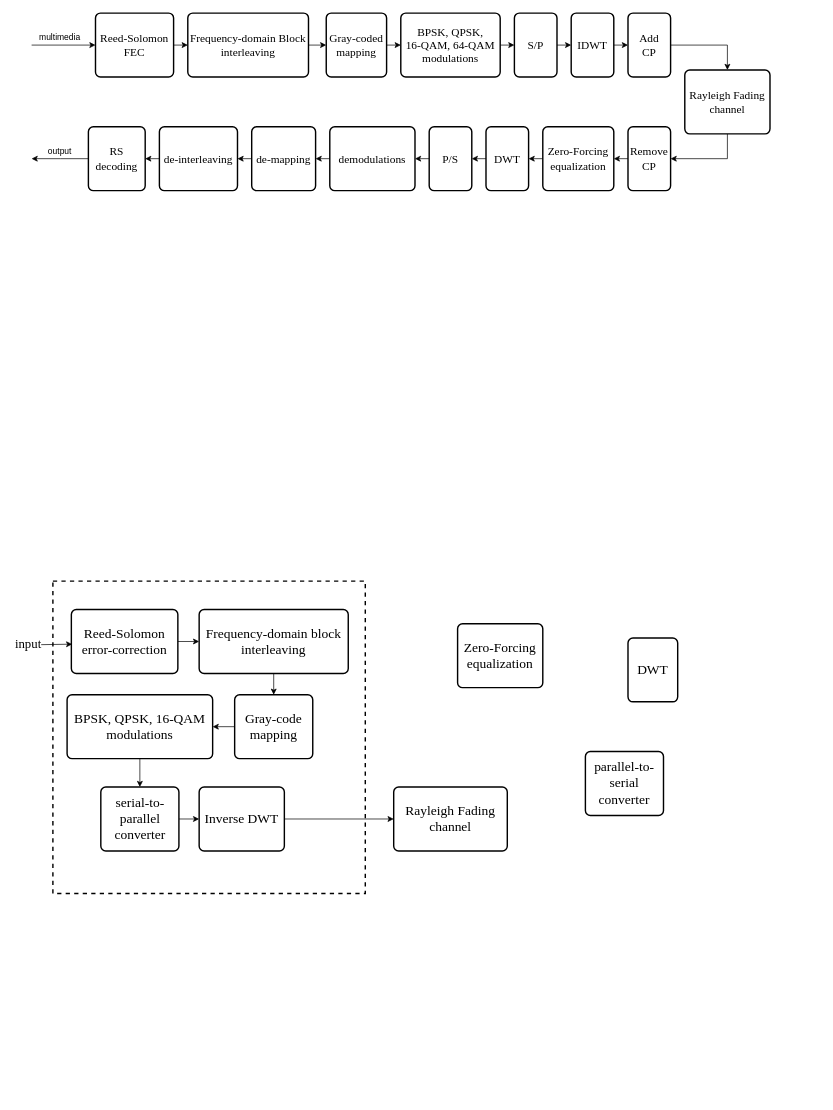
Above: page "entire" (6 of 6) of mod.drawio in troders34/research (draw.io), before the change. Source tidied: cells renumbered, new cells numbered last; positions are measured from the earlier drawing's top-left corner, leaving out a move shared by most shapes. Both pictures are drawn from the tidied source at 71%, with x=0, y=0 at pixel (17, 13).
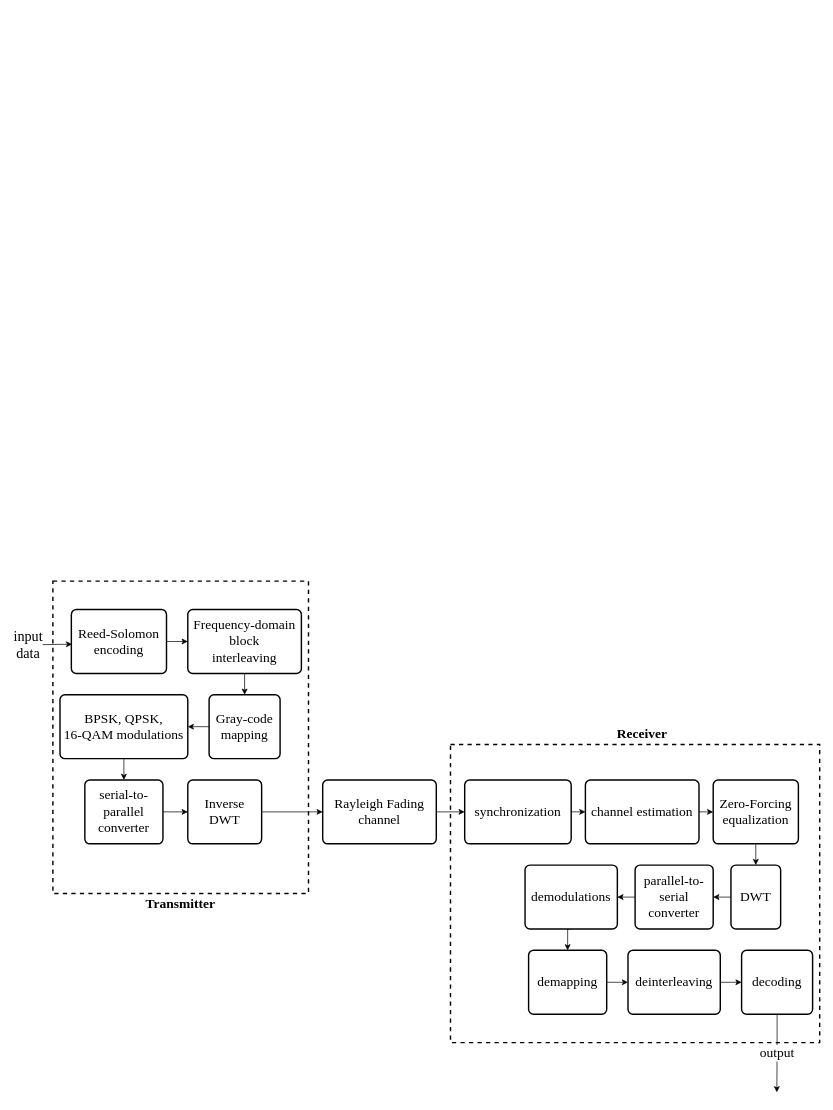
The same diagram, later.

Diff of the diagram source:
```diff
@@
-    <mxCell id="2" style="rounded=0;whiteSpace=wrap;html=1;fillColor=none;strokeWidth=2;dashed=1;" parent="1" vertex="1">
-      <mxGeometry x="50" y="800" width="440" height="440" as="geometry" />
-    </mxCell>
-    <mxCell id="3" style="edgeStyle=orthogonalEdgeStyle;rounded=0;jettySize=auto;html=1;exitX=1;exitY=0.5;exitDx=0;exitDy=0;entryX=0;entryY=0.5;entryDx=0;entryDy=0;" parent="1" edge="1" source="4" target="6">
-      <mxGeometry relative="1" as="geometry" />
-    </mxCell>
-    <mxCell id="4" value="&lt;div&gt;Reed-Solomon&lt;/div&gt;&lt;div&gt;FEC&lt;/div&gt;" style="rounded=1;whiteSpace=wrap;html=1;absoluteArcSize=1;arcSize=14;strokeWidth=2;fontFamily=Times New Roman;fontSize=16;" parent="1" vertex="1">
-      <mxGeometry x="110" width="110" height="90" as="geometry" />
-    </mxCell>
-    <mxCell id="5" style="edgeStyle=orthogonalEdgeStyle;rounded=0;jettySize=auto;html=1;exitX=1;exitY=0.5;exitDx=0;exitDy=0;entryX=0;entryY=0.5;entryDx=0;entryDy=0;" parent="1" edge="1" source="6" target="8">
-      <mxGeometry relative="1" as="geometry" />
-    </mxCell>
-    <mxCell id="6" value="&lt;div&gt;Frequency-domain Block&lt;/div&gt;interleaving" style="rounded=1;whiteSpace=wrap;html=1;absoluteArcSize=1;arcSize=14;strokeWidth=2;fontFamily=Times New Roman;fontSize=16;" parent="1" vertex="1">
-      <mxGeometry x="240" width="170" height="90" as="geometry" />
-    </mxCell>
-    <mxCell id="7" style="edgeStyle=orthogonalEdgeStyle;rounded=0;jettySize=auto;html=1;exitX=1;exitY=0.5;exitDx=0;exitDy=0;entryX=0;entryY=0.5;entryDx=0;entryDy=0;" parent="1" edge="1" source="8" target="10">
-      <mxGeometry relative="1" as="geometry" />
-    </mxCell>
-    <mxCell id="8" value="Gray-coded&lt;div&gt;mapping&lt;/div&gt;" style="rounded=1;whiteSpace=wrap;html=1;absoluteArcSize=1;arcSize=14;strokeWidth=2;fontFamily=Times New Roman;fontSize=16;" parent="1" vertex="1">
-      <mxGeometry x="435" width="85" height="90" as="geometry" />
-    </mxCell>
-    <mxCell id="9" style="edgeStyle=orthogonalEdgeStyle;rounded=0;jettySize=auto;html=1;exitX=1;exitY=0.5;exitDx=0;exitDy=0;entryX=0;entryY=0.5;entryDx=0;entryDy=0;" parent="1" edge="1" source="10" target="14">
-      <mxGeometry relative="1" as="geometry" />
-    </mxCell>
-    <mxCell id="10" value="&lt;div&gt;BPSK, QPSK,&lt;/div&gt;&lt;div&gt;16-QAM, 64-QAM&lt;/div&gt;modulations" style="rounded=1;whiteSpace=wrap;html=1;absoluteArcSize=1;arcSize=14;strokeWidth=2;fontFamily=Times New Roman;fontSize=16;" parent="1" vertex="1">
-      <mxGeometry x="540" width="140" height="90" as="geometry" />
-    </mxCell>
-    <mxCell id="11" style="edgeStyle=orthogonalEdgeStyle;rounded=0;jettySize=auto;html=1;exitX=0.5;exitY=1;exitDx=0;exitDy=0;entryX=1;entryY=0.5;entryDx=0;entryDy=0;" parent="1" edge="1" source="12" target="20">
-      <mxGeometry relative="1" as="geometry" />
-    </mxCell>
-    <mxCell id="12" value="&lt;div&gt;Rayleigh Fading&lt;/div&gt;channel" style="rounded=1;whiteSpace=wrap;html=1;absoluteArcSize=1;arcSize=14;strokeWidth=2;fontFamily=Times New Roman;fontSize=16;" parent="1" vertex="1">
-      <mxGeometry x="940" y="80" width="120" height="90" as="geometry" />
-    </mxCell>
-    <mxCell id="13" style="edgeStyle=orthogonalEdgeStyle;rounded=0;jettySize=auto;html=1;exitX=1;exitY=0.5;exitDx=0;exitDy=0;entryX=0;entryY=0.5;entryDx=0;entryDy=0;" parent="1" edge="1" source="14" target="16">
-      <mxGeometry relative="1" as="geometry" />
-    </mxCell>
-    <mxCell id="14" value="S/P" style="rounded=1;whiteSpace=wrap;html=1;absoluteArcSize=1;arcSize=14;strokeWidth=2;fontFamily=Times New Roman;fontSize=16;" parent="1" vertex="1">
-      <mxGeometry x="700" width="60" height="90" as="geometry" />
-    </mxCell>
-    <mxCell id="15" style="edgeStyle=orthogonalEdgeStyle;rounded=0;jettySize=auto;html=1;exitX=1;exitY=0.5;exitDx=0;exitDy=0;entryX=0;entryY=0.5;entryDx=0;entryDy=0;" parent="1" edge="1" source="16" target="18">
-      <mxGeometry relative="1" as="geometry" />
-    </mxCell>
-    <mxCell id="16" value="IDWT" style="rounded=1;whiteSpace=wrap;html=1;absoluteArcSize=1;arcSize=14;strokeWidth=2;fontFamily=Times New Roman;fontSize=16;" parent="1" vertex="1">
-      <mxGeometry x="780" width="60" height="90" as="geometry" />
-    </mxCell>
-    <mxCell id="17" style="edgeStyle=orthogonalEdgeStyle;rounded=0;jettySize=auto;html=1;exitX=1;exitY=0.5;exitDx=0;exitDy=0;entryX=0.5;entryY=0;entryDx=0;entryDy=0;" parent="1" edge="1" source="18" target="12">
-      <mxGeometry relative="1" as="geometry" />
-    </mxCell>
-    <mxCell id="18" value="Add&lt;div&gt;CP&lt;/div&gt;" style="rounded=1;whiteSpace=wrap;html=1;absoluteArcSize=1;arcSize=14;strokeWidth=2;fontFamily=Times New Roman;fontSize=16;" parent="1" vertex="1">
-      <mxGeometry x="860" width="60" height="90" as="geometry" />
-    </mxCell>
-    <mxCell id="19" style="edgeStyle=orthogonalEdgeStyle;rounded=0;jettySize=auto;html=1;exitX=0;exitY=0.5;exitDx=0;exitDy=0;entryX=1;entryY=0.5;entryDx=0;entryDy=0;" parent="1" edge="1" source="20" target="34">
-      <mxGeometry relative="1" as="geometry" />
-    </mxCell>
-    <mxCell id="20" value="Remove&lt;div&gt;CP&lt;/div&gt;" style="rounded=1;whiteSpace=wrap;html=1;absoluteArcSize=1;arcSize=14;strokeWidth=2;fontFamily=Times New Roman;fontSize=16;" parent="1" vertex="1">
-      <mxGeometry x="860" y="160" width="60" height="90" as="geometry" />
-    </mxCell>
-    <mxCell id="21" style="edgeStyle=orthogonalEdgeStyle;rounded=0;jettySize=auto;html=1;exitX=0;exitY=0.5;exitDx=0;exitDy=0;entryX=1;entryY=0.5;entryDx=0;entryDy=0;" parent="1" edge="1" source="22" target="24">
-      <mxGeometry relative="1" as="geometry" />
-    </mxCell>
-    <mxCell id="22" value="DWT" style="rounded=1;whiteSpace=wrap;html=1;absoluteArcSize=1;arcSize=14;strokeWidth=2;fontFamily=Times New Roman;fontSize=16;" parent="1" vertex="1">
-      <mxGeometry x="660" y="160" width="60" height="90" as="geometry" />
-    </mxCell>
-    <mxCell id="23" style="edgeStyle=orthogonalEdgeStyle;rounded=0;jettySize=auto;html=1;exitX=0;exitY=0.5;exitDx=0;exitDy=0;entryX=1;entryY=0.5;entryDx=0;entryDy=0;" parent="1" edge="1" source="24" target="26">
-      <mxGeometry relative="1" as="geometry" />
-    </mxCell>
-    <mxCell id="24" value="P/S" style="rounded=1;whiteSpace=wrap;html=1;absoluteArcSize=1;arcSize=14;strokeWidth=2;fontFamily=Times New Roman;fontSize=16;" parent="1" vertex="1">
-      <mxGeometry x="580" y="160" width="60" height="90" as="geometry" />
-    </mxCell>
-    <mxCell id="25" style="edgeStyle=orthogonalEdgeStyle;rounded=0;jettySize=auto;html=1;exitX=0;exitY=0.5;exitDx=0;exitDy=0;entryX=1;entryY=0.5;entryDx=0;entryDy=0;" parent="1" edge="1" source="26" target="28">
-      <mxGeometry relative="1" as="geometry" />
-    </mxCell>
-    <mxCell id="26" value="demodulations" style="rounded=1;whiteSpace=wrap;html=1;absoluteArcSize=1;arcSize=14;strokeWidth=2;fontFamily=Times New Roman;fontSize=16;" parent="1" vertex="1">
-      <mxGeometry x="440" y="160" width="120" height="90" as="geometry" />
-    </mxCell>
-    <mxCell id="27" style="edgeStyle=orthogonalEdgeStyle;rounded=0;jettySize=auto;html=1;exitX=0;exitY=0.5;exitDx=0;exitDy=0;entryX=1;entryY=0.5;entryDx=0;entryDy=0;" parent="1" edge="1" source="28" target="30">
-      <mxGeometry relative="1" as="geometry" />
-    </mxCell>
-    <mxCell id="28" value="de-mapping" style="rounded=1;whiteSpace=wrap;html=1;absoluteArcSize=1;arcSize=14;strokeWidth=2;fontFamily=Times New Roman;fontSize=16;" parent="1" vertex="1">
-      <mxGeometry x="330" y="160" width="90" height="90" as="geometry" />
-    </mxCell>
-    <mxCell id="29" style="edgeStyle=orthogonalEdgeStyle;rounded=0;jettySize=auto;html=1;exitX=0;exitY=0.5;exitDx=0;exitDy=0;entryX=1;entryY=0.5;entryDx=0;entryDy=0;" parent="1" edge="1" source="30" target="32">
-      <mxGeometry relative="1" as="geometry" />
-    </mxCell>
-    <mxCell id="30" value="de-interleaving" style="rounded=1;whiteSpace=wrap;html=1;absoluteArcSize=1;arcSize=14;strokeWidth=2;fontFamily=Times New Roman;fontSize=16;" parent="1" vertex="1">
-      <mxGeometry x="200" y="160" width="110" height="90" as="geometry" />
-    </mxCell>
-    <mxCell id="31" style="edgeStyle=orthogonalEdgeStyle;rounded=0;jettySize=auto;html=1;exitX=0;exitY=0.5;exitDx=0;exitDy=0;" parent="1" edge="1" source="32">
-      <mxGeometry relative="1" as="geometry">
-        <mxPoint x="20" y="205" as="targetPoint" />
-      </mxGeometry>
-    </mxCell>
-    <mxCell id="32" value="&lt;div&gt;RS&lt;/div&gt;decoding" style="rounded=1;whiteSpace=wrap;html=1;absoluteArcSize=1;arcSize=14;strokeWidth=2;fontFamily=Times New Roman;fontSize=16;" parent="1" vertex="1">
-      <mxGeometry x="100" y="160" width="80" height="90" as="geometry" />
-    </mxCell>
-    <mxCell id="33" style="edgeStyle=orthogonalEdgeStyle;rounded=0;jettySize=auto;html=1;exitX=0;exitY=0.5;exitDx=0;exitDy=0;entryX=1;entryY=0.5;entryDx=0;entryDy=0;" parent="1" edge="1" source="34" target="22">
-      <mxGeometry relative="1" as="geometry" />
-    </mxCell>
-    <mxCell id="34" value="Zero-Forcing&lt;div&gt;equalization&lt;/div&gt;" style="rounded=1;whiteSpace=wrap;html=1;absoluteArcSize=1;arcSize=14;strokeWidth=2;fontFamily=Times New Roman;fontSize=16;" parent="1" vertex="1">
-      <mxGeometry x="740" y="160" width="100" height="90" as="geometry" />
-    </mxCell>
-    <mxCell id="35" style="endArrow=classic;html=1;rounded=0;entryX=0;entryY=0.5;entryDx=0;entryDy=0;" parent="1" edge="1" target="4">
-      <mxGeometry relative="1" as="geometry">
-        <mxPoint x="20" y="45" as="sourcePoint" />
-      </mxGeometry>
-    </mxCell>
-    <mxCell id="36" value="multimedia" style="text;html=1;align=center;verticalAlign=middle;whiteSpace=wrap;rounded=0;" parent="1" vertex="1">
-      <mxGeometry x="30" y="20" width="60" height="30" as="geometry" />
-    </mxCell>
-    <mxCell id="37" value="output" style="text;html=1;align=center;verticalAlign=middle;whiteSpace=wrap;rounded=0;" parent="1" vertex="1">
-      <mxGeometry x="30" y="180" width="60" height="30" as="geometry" />
-    </mxCell>
-    <mxCell id="38" style="edgeStyle=orthogonalEdgeStyle;rounded=0;jettySize=auto;html=1;exitX=1;exitY=0.5;exitDx=0;exitDy=0;entryX=0;entryY=0.5;entryDx=0;entryDy=0;" parent="1" edge="1" source="39" target="41">
-      <mxGeometry relative="1" as="geometry" />
-    </mxCell>
-    <mxCell id="39" value="&lt;div&gt;Reed-Solomon&lt;/div&gt;&lt;div&gt;error-correction&lt;/div&gt;" style="rounded=1;whiteSpace=wrap;html=1;absoluteArcSize=1;arcSize=14;strokeWidth=2;fontFamily=Times New Roman;fontSize=19;" parent="1" vertex="1">
-      <mxGeometry x="76" y="840" width="150" height="90" as="geometry" />
-    </mxCell>
+    <mxCell id="56" style="rounded=0;whiteSpace=wrap;html=1;fillColor=none;strokeWidth=2;dashed=1;" parent="1" vertex="1">
+      <mxGeometry x="610" y="1030" width="520" height="420" as="geometry" />
+    </mxCell>
+    <mxCell id="57" style="rounded=0;whiteSpace=wrap;html=1;fillColor=none;strokeWidth=2;dashed=1;" parent="1" vertex="1">
+      <mxGeometry x="50" y="800" width="360" height="440" as="geometry" />
+    </mxCell>
+    <mxCell id="58" style="edgeStyle=orthogonalEdgeStyle;rounded=0;jettySize=auto;html=1;exitX=1;exitY=0.5;exitDx=0;exitDy=0;entryX=0;entryY=0.5;entryDx=0;entryDy=0;" parent="1" edge="1" source="59" target="41">
+      <mxGeometry relative="1" as="geometry" />
+    </mxCell>
+    <mxCell id="59" value="&lt;div&gt;Reed-Solomon&lt;/div&gt;&lt;div&gt;encoding&lt;/div&gt;" style="rounded=1;whiteSpace=wrap;html=1;absoluteArcSize=1;arcSize=14;strokeWidth=2;fontFamily=Times New Roman;fontSize=19;" parent="1" vertex="1">
+      <mxGeometry x="76" y="840" width="134" height="90" as="geometry" />
+    </mxCell>
@@
-    <mxCell id="41" value="&lt;div&gt;Frequency-domain block&lt;/div&gt;&lt;div&gt;interleaving&lt;/div&gt;" style="rounded=1;whiteSpace=wrap;html=1;absoluteArcSize=1;arcSize=14;strokeWidth=2;fontFamily=Times New Roman;fontSize=19;" parent="1" vertex="1">
-      <mxGeometry x="256" y="840" width="210" height="90" as="geometry" />
+    <mxCell id="41" value="&lt;div&gt;Frequency-domain&lt;/div&gt;&lt;div&gt;block&lt;/div&gt;&lt;div&gt;interleaving&lt;/div&gt;" style="rounded=1;whiteSpace=wrap;html=1;absoluteArcSize=1;arcSize=14;strokeWidth=2;fontFamily=Times New Roman;fontSize=19;" parent="1" vertex="1">
+      <mxGeometry x="240" y="840" width="160" height="90" as="geometry" />
     </mxCell>
@@
     <mxCell id="43" value="&lt;div&gt;Gray-code&lt;/div&gt;&lt;div&gt;mapping&lt;/div&gt;" style="rounded=1;whiteSpace=wrap;html=1;absoluteArcSize=1;arcSize=14;strokeWidth=2;fontFamily=Times New Roman;fontSize=19;" parent="1" vertex="1">
-      <mxGeometry x="306" y="960" width="110" height="90" as="geometry" />
+      <mxGeometry x="270" y="960" width="100" height="90" as="geometry" />
     </mxCell>
@@
-    <mxCell id="45" value="&lt;div&gt;BPSK, QPSK, 16-QAM&lt;/div&gt;&lt;div&gt;modulations&lt;/div&gt;" style="rounded=1;whiteSpace=wrap;html=1;absoluteArcSize=1;arcSize=14;strokeWidth=2;fontFamily=Times New Roman;fontSize=19;" parent="1" vertex="1">
-      <mxGeometry x="70" y="960" width="205" height="90" as="geometry" />
+    <mxCell id="45" value="&lt;div&gt;BPSK, QPSK,&lt;/div&gt;&lt;div&gt;16-QAM&amp;nbsp;&lt;span style=&quot;background-color: transparent; color: light-dark(rgb(0, 0, 0), rgb(255, 255, 255));&quot;&gt;modulations&lt;/span&gt;&lt;/div&gt;" style="rounded=1;whiteSpace=wrap;html=1;absoluteArcSize=1;arcSize=14;strokeWidth=2;fontFamily=Times New Roman;fontSize=19;" parent="1" vertex="1">
+      <mxGeometry x="60" y="960" width="180" height="90" as="geometry" />
     </mxCell>
@@
     <mxCell id="47" value="&lt;div&gt;serial-to-parallel converter&lt;/div&gt;" style="rounded=1;whiteSpace=wrap;html=1;absoluteArcSize=1;arcSize=14;strokeWidth=2;fontFamily=Times New Roman;fontSize=19;" parent="1" vertex="1">
-      <mxGeometry x="117.5" y="1090" width="110" height="90" as="geometry" />
+      <mxGeometry x="95" y="1080" width="110" height="90" as="geometry" />
     </mxCell>
@@
-    <mxCell id="49" value="&lt;div&gt;Inverse DWT&lt;/div&gt;" style="rounded=1;whiteSpace=wrap;html=1;absoluteArcSize=1;arcSize=14;strokeWidth=2;fontFamily=Times New Roman;fontSize=19;" parent="1" vertex="1">
-      <mxGeometry x="256" y="1090" width="120" height="90" as="geometry" />
+    <mxCell id="49" value="&lt;div&gt;Inverse&lt;/div&gt;&lt;div&gt;DWT&lt;/div&gt;" style="rounded=1;whiteSpace=wrap;html=1;absoluteArcSize=1;arcSize=14;strokeWidth=2;fontFamily=Times New Roman;fontSize=19;" parent="1" vertex="1">
+      <mxGeometry x="240" y="1080" width="104" height="90" as="geometry" />
     </mxCell>
-    <mxCell id="50" style="endArrow=classic;html=1;rounded=0;entryX=0.008;entryY=0.542;entryDx=0;entryDy=0;entryPerimeter=0;" parent="1" edge="1" target="39">
-      <mxGeometry relative="1" as="geometry">
-        <mxPoint y="890" as="sourcePoint" />
-      </mxGeometry>
-    </mxCell>
-    <mxCell id="51" value="&lt;font style=&quot;font-size: 18px;&quot; face=&quot;Times New Roman&quot;&gt;input&lt;/font&gt;" style="edgeLabel;html=1;align=center;verticalAlign=middle;" parent="50" vertex="1">
-      <mxGeometry x="-0.64" y="-2" relative="1" as="geometry">
-        <mxPoint y="-3" as="offset" />
-      </mxGeometry>
-    </mxCell>
+    <mxCell id="60" style="endArrow=classic;html=1;rounded=0;entryX=0.008;entryY=0.542;entryDx=0;entryDy=0;entryPerimeter=0;fontFamily=Times New Roman;fontSize=15;" parent="1" edge="1" target="59">
+      <mxGeometry relative="1" as="geometry">
+        <mxPoint y="890" as="sourcePoint" />
+      </mxGeometry>
+    </mxCell>
+    <mxCell id="61" value="input&lt;div&gt;data&lt;/div&gt;" style="edgeLabel;html=1;align=center;verticalAlign=middle;fontFamily=Times New Roman;fontSize=20;" parent="60" vertex="1">
+      <mxGeometry x="-0.64" y="-2" relative="1" as="geometry">
+        <mxPoint y="-3" as="offset" />
+      </mxGeometry>
+    </mxCell>
+    <mxCell id="62" style="edgeStyle=orthogonalEdgeStyle;rounded=0;jettySize=auto;html=1;exitX=1;exitY=0.5;exitDx=0;exitDy=0;entryX=0;entryY=0.5;entryDx=0;entryDy=0;" parent="1" edge="1" source="52" target="75">
+      <mxGeometry relative="1" as="geometry" />
+    </mxCell>
     <mxCell id="52" value="&lt;div&gt;Rayleigh Fading&lt;/div&gt;&lt;div&gt;channel&lt;/div&gt;" style="rounded=1;whiteSpace=wrap;html=1;absoluteArcSize=1;arcSize=14;strokeWidth=2;fontFamily=Times New Roman;fontSize=19;" parent="1" vertex="1">
-      <mxGeometry x="530" y="1090" width="160" height="90" as="geometry" />
+      <mxGeometry x="430" y="1080" width="160" height="90" as="geometry" />
     </mxCell>
+    <mxCell id="63" style="edgeStyle=orthogonalEdgeStyle;rounded=0;jettySize=auto;html=1;exitX=0;exitY=0.5;exitDx=0;exitDy=0;entryX=1;entryY=0.5;entryDx=0;entryDy=0;" parent="1" edge="1" source="53" target="55">
+      <mxGeometry relative="1" as="geometry" />
+    </mxCell>
     <mxCell id="53" value="&lt;div&gt;DWT&lt;/div&gt;" style="rounded=1;whiteSpace=wrap;html=1;absoluteArcSize=1;arcSize=14;strokeWidth=2;fontFamily=Times New Roman;fontSize=19;" parent="1" vertex="1">
-      <mxGeometry x="860" y="880" width="70" height="90" as="geometry" />
+      <mxGeometry x="1005" y="1200" width="70" height="90" as="geometry" />
     </mxCell>
+    <mxCell id="64" style="edgeStyle=orthogonalEdgeStyle;rounded=0;jettySize=auto;html=1;exitX=0.5;exitY=1;exitDx=0;exitDy=0;entryX=0.5;entryY=0;entryDx=0;entryDy=0;" parent="1" edge="1" source="54" target="53">
+      <mxGeometry relative="1" as="geometry" />
+    </mxCell>
     <mxCell id="54" value="&lt;div&gt;Zero-Forcing&lt;/div&gt;&lt;div&gt;equalization&lt;/div&gt;" style="rounded=1;whiteSpace=wrap;html=1;absoluteArcSize=1;arcSize=14;strokeWidth=2;fontFamily=Times New Roman;fontSize=19;" parent="1" vertex="1">
-      <mxGeometry x="620" y="860" width="120" height="90" as="geometry" />
+      <mxGeometry x="980" y="1080" width="120" height="90" as="geometry" />
     </mxCell>
+    <mxCell id="65" style="edgeStyle=orthogonalEdgeStyle;rounded=0;jettySize=auto;html=1;exitX=0;exitY=0.5;exitDx=0;exitDy=0;entryX=1;entryY=0.5;entryDx=0;entryDy=0;" parent="1" edge="1" source="55" target="26">
+      <mxGeometry relative="1" as="geometry" />
+    </mxCell>
     <mxCell id="55" value="&lt;div&gt;parallel-to-serial converter&lt;/div&gt;" style="rounded=1;whiteSpace=wrap;html=1;absoluteArcSize=1;arcSize=14;strokeWidth=2;fontFamily=Times New Roman;fontSize=19;" parent="1" vertex="1">
-      <mxGeometry x="800" y="1040" width="110" height="90" as="geometry" />
+      <mxGeometry x="870" y="1200" width="110" height="90" as="geometry" />
     </mxCell>
+    <mxCell id="66" style="edgeStyle=orthogonalEdgeStyle;rounded=0;jettySize=auto;html=1;exitX=0.5;exitY=1;exitDx=0;exitDy=0;entryX=0.5;entryY=0;entryDx=0;entryDy=0;" parent="1" edge="1" source="26" target="68">
+      <mxGeometry relative="1" as="geometry" />
+    </mxCell>
+    <mxCell id="26" value="demodulations" style="rounded=1;whiteSpace=wrap;html=1;absoluteArcSize=1;arcSize=14;strokeWidth=2;fontFamily=Times New Roman;fontSize=19;" parent="1" vertex="1">
+      <mxGeometry x="715" y="1200" width="130" height="90" as="geometry" />
+    </mxCell>
+    <mxCell id="67" style="edgeStyle=orthogonalEdgeStyle;rounded=0;jettySize=auto;html=1;exitX=1;exitY=0.5;exitDx=0;exitDy=0;entryX=0;entryY=0.5;entryDx=0;entryDy=0;" parent="1" edge="1" source="68" target="70">
+      <mxGeometry relative="1" as="geometry" />
+    </mxCell>
+    <mxCell id="68" value="demapping" style="rounded=1;whiteSpace=wrap;html=1;absoluteArcSize=1;arcSize=14;strokeWidth=2;fontFamily=Times New Roman;fontSize=19;" parent="1" vertex="1">
+      <mxGeometry x="720" y="1320" width="110" height="90" as="geometry" />
+    </mxCell>
+    <mxCell id="69" style="edgeStyle=orthogonalEdgeStyle;rounded=0;jettySize=auto;html=1;exitX=1;exitY=0.5;exitDx=0;exitDy=0;entryX=0;entryY=0.5;entryDx=0;entryDy=0;" parent="1" edge="1" source="70" target="71">
+      <mxGeometry relative="1" as="geometry" />
+    </mxCell>
+    <mxCell id="70" value="deinterleaving" style="rounded=1;whiteSpace=wrap;html=1;absoluteArcSize=1;arcSize=14;strokeWidth=2;fontFamily=Times New Roman;fontSize=19;" parent="1" vertex="1">
+      <mxGeometry x="860" y="1320" width="130" height="90" as="geometry" />
+    </mxCell>
+    <mxCell id="37" value="output" style="edgeStyle=orthogonalEdgeStyle;rounded=0;jettySize=auto;html=1;exitX=0.5;exitY=1;exitDx=0;exitDy=0;fontSize=19;fontFamily=Times New Roman;" parent="1" edge="1" source="71">
+      <mxGeometry relative="1" as="geometry">
+        <mxPoint x="1069.6" y="1520" as="targetPoint" />
+      </mxGeometry>
+    </mxCell>
+    <mxCell id="71" value="decoding" style="rounded=1;whiteSpace=wrap;html=1;absoluteArcSize=1;arcSize=14;strokeWidth=2;fontFamily=Times New Roman;fontSize=19;" parent="1" vertex="1">
+      <mxGeometry x="1020" y="1320" width="100" height="90" as="geometry" />
+    </mxCell>
+    <mxCell id="72" style="edgeStyle=orthogonalEdgeStyle;rounded=0;jettySize=auto;html=1;exitX=1;exitY=0.5;exitDx=0;exitDy=0;entryX=0;entryY=0.5;entryDx=0;entryDy=0;" parent="1" edge="1" source="73" target="54">
+      <mxGeometry relative="1" as="geometry" />
+    </mxCell>
+    <mxCell id="73" value="channel estimation" style="rounded=1;whiteSpace=wrap;html=1;absoluteArcSize=1;arcSize=14;strokeWidth=2;fontFamily=Times New Roman;fontSize=19;" parent="1" vertex="1">
+      <mxGeometry x="800" y="1080" width="160" height="90" as="geometry" />
+    </mxCell>
+    <mxCell id="74" style="edgeStyle=orthogonalEdgeStyle;rounded=0;jettySize=auto;html=1;exitX=1;exitY=0.5;exitDx=0;exitDy=0;entryX=0;entryY=0.5;entryDx=0;entryDy=0;" parent="1" edge="1" source="75" target="73">
+      <mxGeometry relative="1" as="geometry" />
+    </mxCell>
+    <mxCell id="75" value="synchronization" style="rounded=1;whiteSpace=wrap;html=1;absoluteArcSize=1;arcSize=14;strokeWidth=2;fontFamily=Times New Roman;fontSize=19;" parent="1" vertex="1">
+      <mxGeometry x="630" y="1080" width="150" height="90" as="geometry" />
+    </mxCell>
+    <mxCell id="76" value="Transmitter" style="text;html=1;align=center;verticalAlign=middle;whiteSpace=wrap;rounded=0;fontFamily=Times New Roman;fontSize=19;fontStyle=1;" parent="1" vertex="1">
+      <mxGeometry x="160" y="1240" width="140" height="30" as="geometry" />
+    </mxCell>
+    <mxCell id="77" value="Receiver" style="text;html=1;align=center;verticalAlign=middle;whiteSpace=wrap;rounded=0;fontFamily=Times New Roman;fontSize=19;fontStyle=1;" parent="1" vertex="1">
+      <mxGeometry x="810" y="1000" width="140" height="30" as="geometry" />
+    </mxCell>
```
